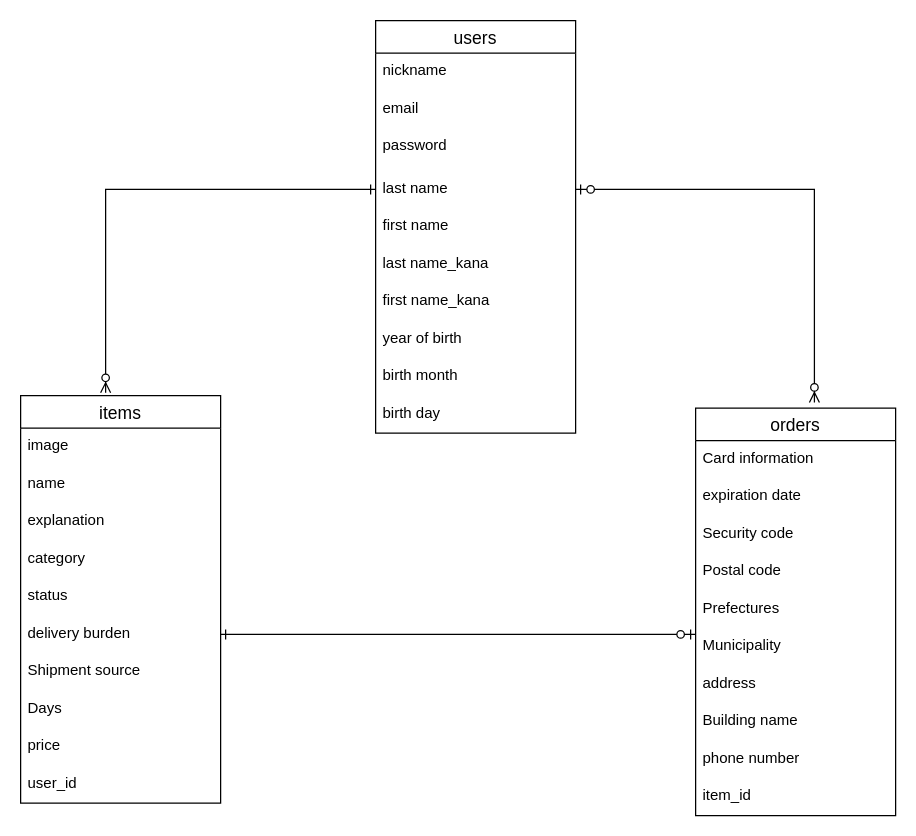
Earlier version of the draw.io diagram furimo.dio (KimFight/furima-32013). Source tidied: cells renumbered, new cells numbered last; positions are measured from the earlier drawing's top-left corner, leaving out a move shared by most shapes. Both pictures are drawn from the tidied source at 125%, with x=0, y=0 at pixel (20, 20).
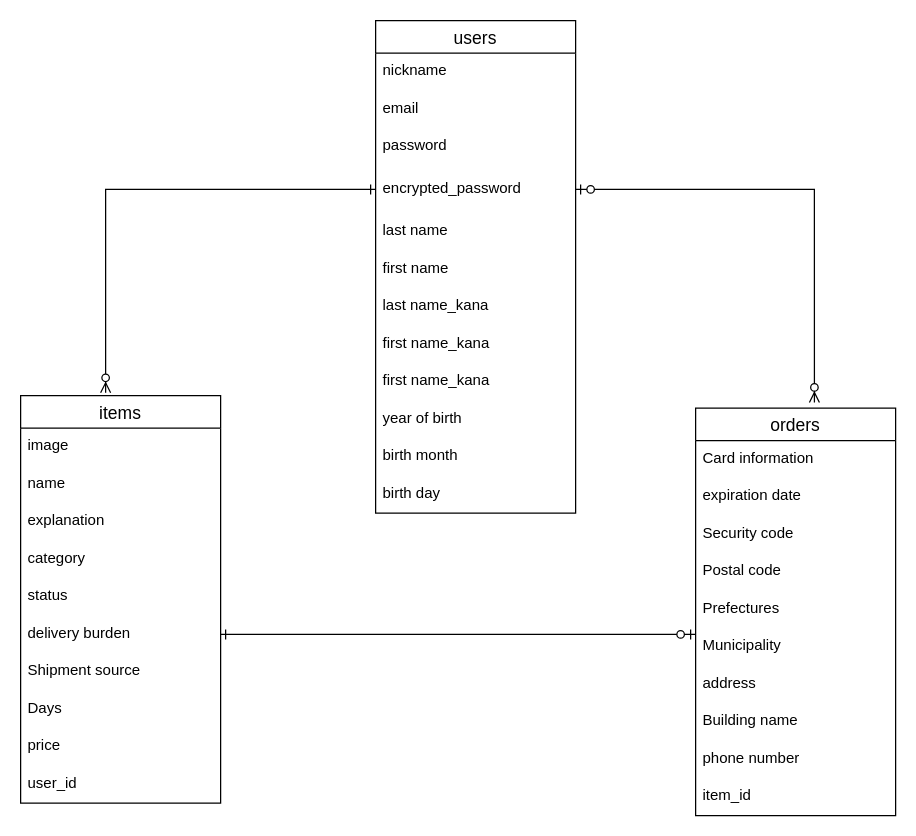
After the change.

The edit, as a diff of the source:
```diff
@@
     <mxCell id="24" value="users" style="swimlane;fontStyle=0;horizontal=1;startSize=26;align=center;fontSize=14;" parent="1" vertex="1">
-      <mxGeometry x="284" width="160" height="330" as="geometry" />
+      <mxGeometry x="284" width="160" height="394" as="geometry" />
     </mxCell>
@@
+    <mxCell id="38" value="encrypted_password&#10;&#10;" style="text;strokeColor=none;fillColor=none;spacingLeft=4;spacingRight=4;overflow=hidden;fontSize=12;" parent="24" vertex="1">
+      <mxGeometry y="120" width="160" height="34" as="geometry" />
+    </mxCell>
     <mxCell id="28" value="last name" style="text;strokeColor=none;fillColor=none;spacingLeft=4;spacingRight=4;overflow=hidden;fontSize=12;" parent="24" vertex="1">
-      <mxGeometry y="120" width="160" height="30" as="geometry" />
+      <mxGeometry y="154" width="160" height="30" as="geometry" />
     </mxCell>
     <mxCell id="29" value="first name" style="text;strokeColor=none;fillColor=none;spacingLeft=4;spacingRight=4;overflow=hidden;fontSize=12;" parent="24" vertex="1">
-      <mxGeometry y="150" width="160" height="30" as="geometry" />
+      <mxGeometry y="184" width="160" height="30" as="geometry" />
     </mxCell>
     <mxCell id="30" value="last name_kana" style="text;strokeColor=none;fillColor=none;spacingLeft=4;spacingRight=4;overflow=hidden;fontSize=12;" parent="24" vertex="1">
-      <mxGeometry y="180" width="160" height="30" as="geometry" />
+      <mxGeometry y="214" width="160" height="30" as="geometry" />
     </mxCell>
     <mxCell id="31" value="first name_kana" style="text;strokeColor=none;fillColor=none;spacingLeft=4;spacingRight=4;overflow=hidden;fontSize=12;" parent="24" vertex="1">
-      <mxGeometry y="210" width="160" height="30" as="geometry" />
+      <mxGeometry y="244" width="160" height="30" as="geometry" />
     </mxCell>
+    <mxCell id="39" value="first name_kana" style="text;strokeColor=none;fillColor=none;spacingLeft=4;spacingRight=4;overflow=hidden;fontSize=12;" parent="24" vertex="1">
+      <mxGeometry y="274" width="160" height="30" as="geometry" />
+    </mxCell>
     <mxCell id="32" value="year of birth" style="text;strokeColor=none;fillColor=none;spacingLeft=4;spacingRight=4;overflow=hidden;fontSize=12;" parent="24" vertex="1">
-      <mxGeometry y="240" width="160" height="30" as="geometry" />
+      <mxGeometry y="304" width="160" height="30" as="geometry" />
     </mxCell>
     <mxCell id="33" value="birth month" style="text;strokeColor=none;fillColor=none;spacingLeft=4;spacingRight=4;overflow=hidden;fontSize=12;" parent="24" vertex="1">
-      <mxGeometry y="270" width="160" height="30" as="geometry" />
+      <mxGeometry y="334" width="160" height="30" as="geometry" />
     </mxCell>
     <mxCell id="34" value="birth day" style="text;strokeColor=none;fillColor=none;spacingLeft=4;spacingRight=4;overflow=hidden;fontSize=12;" parent="24" vertex="1">
-      <mxGeometry y="300" width="160" height="30" as="geometry" />
+      <mxGeometry y="364" width="160" height="30" as="geometry" />
     </mxCell>
```
